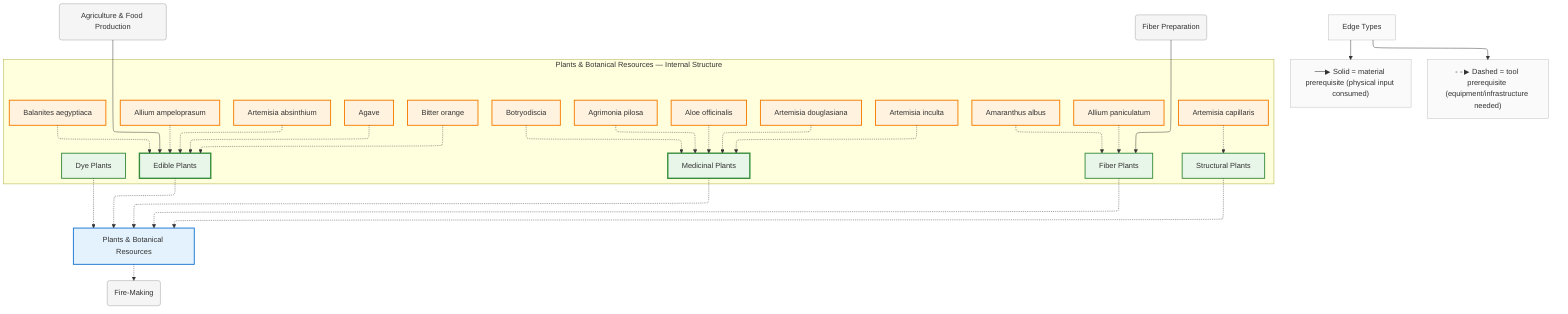
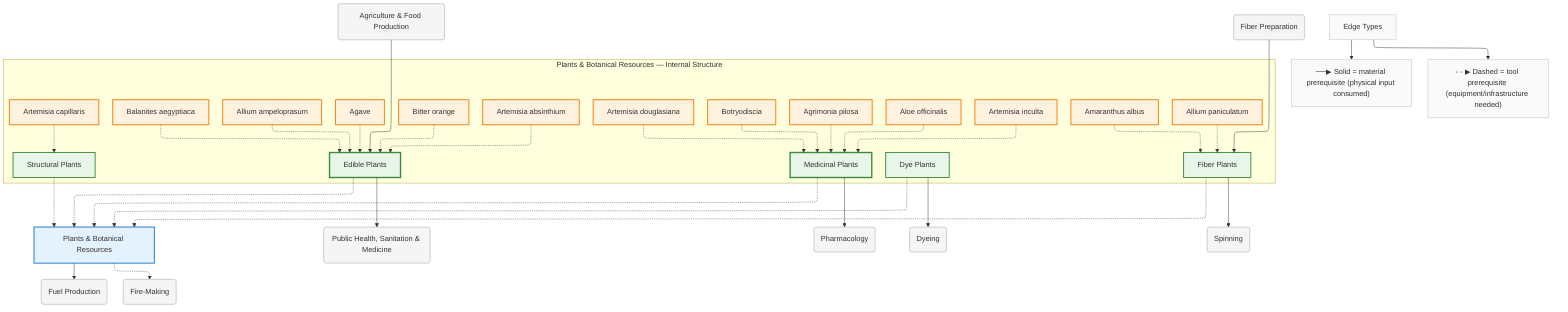
%%{init: {"flowchart": {"defaultRenderer": "elk", "htmlLabels": true}}}%%
graph TD
    %% Domain: Plants & Botanical Resources

    %% ==================== INTERNAL NODES ====================
    subgraph plants_internal ["Plants & Botanical Resources — Internal Structure"]
        direction TB
        plants_edible-plants["Edible Plants"]
        plants_medicinal-plants["Medicinal Plants"]
        plants_fiber-plants["Fiber Plants"]
        plants_structural-plants["Structural Plants"]
        plants_dye-plants["Dye Plants"]
        plants_edible-plants_allium-ampeloprasum["Allium ampeloprasum"]
        plants_edible-plants_artemisia-absinthium["Artemisia absinthium"]
        plants_edible-plants_agave["Agave"]
        plants_edible-plants_bitter-orange["Bitter orange"]
        plants_edible-plants_balanites-aegyptiaca["Balanites aegyptiaca"]
        plants_medicinal-plants_agrimonia-pilosa["Agrimonia pilosa"]
        plants_medicinal-plants_aloe-officinalis["Aloe officinalis"]
        plants_medicinal-plants_artemisia-douglasiana["Artemisia douglasiana"]
        plants_medicinal-plants_artemisia-inculta["Artemisia inculta"]
        plants_medicinal-plants_botryodiscia["Botryodiscia"]
        plants_fiber-plants_allium-paniculatum["Allium paniculatum"]
        plants_fiber-plants_amaranthus-albus["Amaranthus albus"]
        plants_structural-plants_artemisia-capillaris["Artemisia capillaris"]
    end

    %% ==================== DOMAIN NODE ====================
    plants["Plants & Botanical Resources"]

    %% ==================== EXTERNAL DEPENDENCIES ====================
+     energy_fuels("Fuel Production")
    foundations_fire("Fire-Making")
    foundations_food-agriculture("Agriculture & Food Production")
+     health("Public Health, Sanitation & Medicine")
+     health_pharmacology("Pharmacology")
+     textiles_dyeing("Dyeing")
    textiles_fibers("Fiber Preparation")
+     textiles_spinning("Spinning")

    %% ==================== EDGES ====================
    plants_edible-plants -.-> plants
    plants_medicinal-plants -.-> plants
    plants_fiber-plants -.-> plants
    plants_structural-plants -.-> plants
    plants_dye-plants -.-> plants
    plants_edible-plants_allium-ampeloprasum -.-> plants_edible-plants
    plants_edible-plants_artemisia-absinthium -.-> plants_edible-plants
    plants_edible-plants_agave -.-> plants_edible-plants
    plants_edible-plants_bitter-orange -.-> plants_edible-plants
    plants_edible-plants_balanites-aegyptiaca -.-> plants_edible-plants
    plants_medicinal-plants_agrimonia-pilosa -.-> plants_medicinal-plants
    plants_medicinal-plants_aloe-officinalis -.-> plants_medicinal-plants
    plants_medicinal-plants_artemisia-douglasiana -.-> plants_medicinal-plants
    plants_medicinal-plants_artemisia-inculta -.-> plants_medicinal-plants
    plants_medicinal-plants_botryodiscia -.-> plants_medicinal-plants
    plants_fiber-plants_allium-paniculatum -.-> plants_fiber-plants
    plants_fiber-plants_amaranthus-albus -.-> plants_fiber-plants
    plants_structural-plants_artemisia-capillaris -.-> plants_structural-plants
    plants -.-> foundations_fire
    textiles_fibers --> plants_fiber-plants
    foundations_food-agriculture --> plants_edible-plants
+     plants_edible-plants --> health
+     plants_medicinal-plants --> health_pharmacology
+     plants_fiber-plants --> textiles_spinning
+     plants_dye-plants --> textiles_dyeing
+     plants --> energy_fuels

    %% ==================== EDGE TYPE LEGEND ====================
    EdgeLegend["Edge Types"]
    EdgeLegend --> MatNote["──▶ Solid = material prerequisite (physical input consumed)"]
    EdgeLegend --> ToolNote["- - ▶ Dashed = tool prerequisite (equipment/infrastructure needed)"]

    %% ==================== STYLING ====================
    classDef domain fill:#e3f2fd,stroke:#1976d2,stroke-width:2px
    classDef capability fill:#e8f5e9,stroke:#388e3c,stroke-width:2px
    classDef process fill:#fff3e0,stroke:#f57c00,stroke-width:2px
    classDef critical fill:#fff3e0,stroke:#f57c00,stroke-width:3px
    classDef earlyWin fill:#e8f5e9,stroke:#388e3c,stroke-width:3px
    classDef pinnacle fill:#fce4ec,stroke:#c62828,stroke-width:3px
    classDef external fill:#f5f5f5,stroke:#9e9e9e,stroke-width:1px
    classDef legend fill:#fafafa,stroke:#bdbdbd,stroke-width:1px
    class plants domain
    class plants_edible-plants earlyWin
    class plants_medicinal-plants earlyWin
    class plants_fiber-plants capability
    class plants_structural-plants capability
    class plants_dye-plants capability
    class plants_edible-plants_allium-ampeloprasum process
    class plants_edible-plants_artemisia-absinthium process
    class plants_edible-plants_agave process
    class plants_edible-plants_bitter-orange process
    class plants_edible-plants_balanites-aegyptiaca process
    class plants_medicinal-plants_agrimonia-pilosa process
    class plants_medicinal-plants_aloe-officinalis process
    class plants_medicinal-plants_artemisia-douglasiana process
    class plants_medicinal-plants_artemisia-inculta process
    class plants_medicinal-plants_botryodiscia process
    class plants_fiber-plants_allium-paniculatum process
    class plants_fiber-plants_amaranthus-albus process
    class plants_structural-plants_artemisia-capillaris process
+     class energy_fuels external
    class foundations_fire external
    class foundations_food-agriculture external
+     class health external
+     class health_pharmacology external
+     class textiles_dyeing external
    class textiles_fibers external
+     class textiles_spinning external
    class EdgeLegend,MatNote,ToolNote legend
